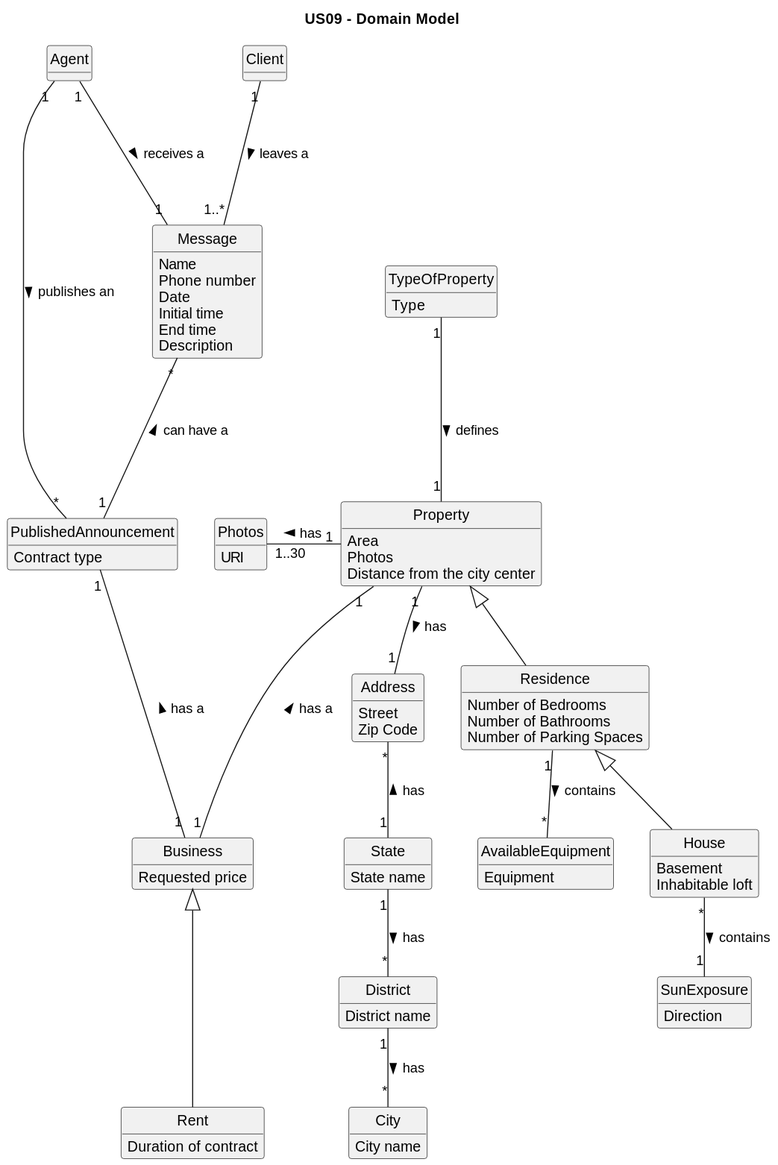
The PlantUML diagram docs/sprintD/US09/02.analysis/svg/us09-domain-model.svg in PureNimble/ISEP-LAPR2, before a commit.
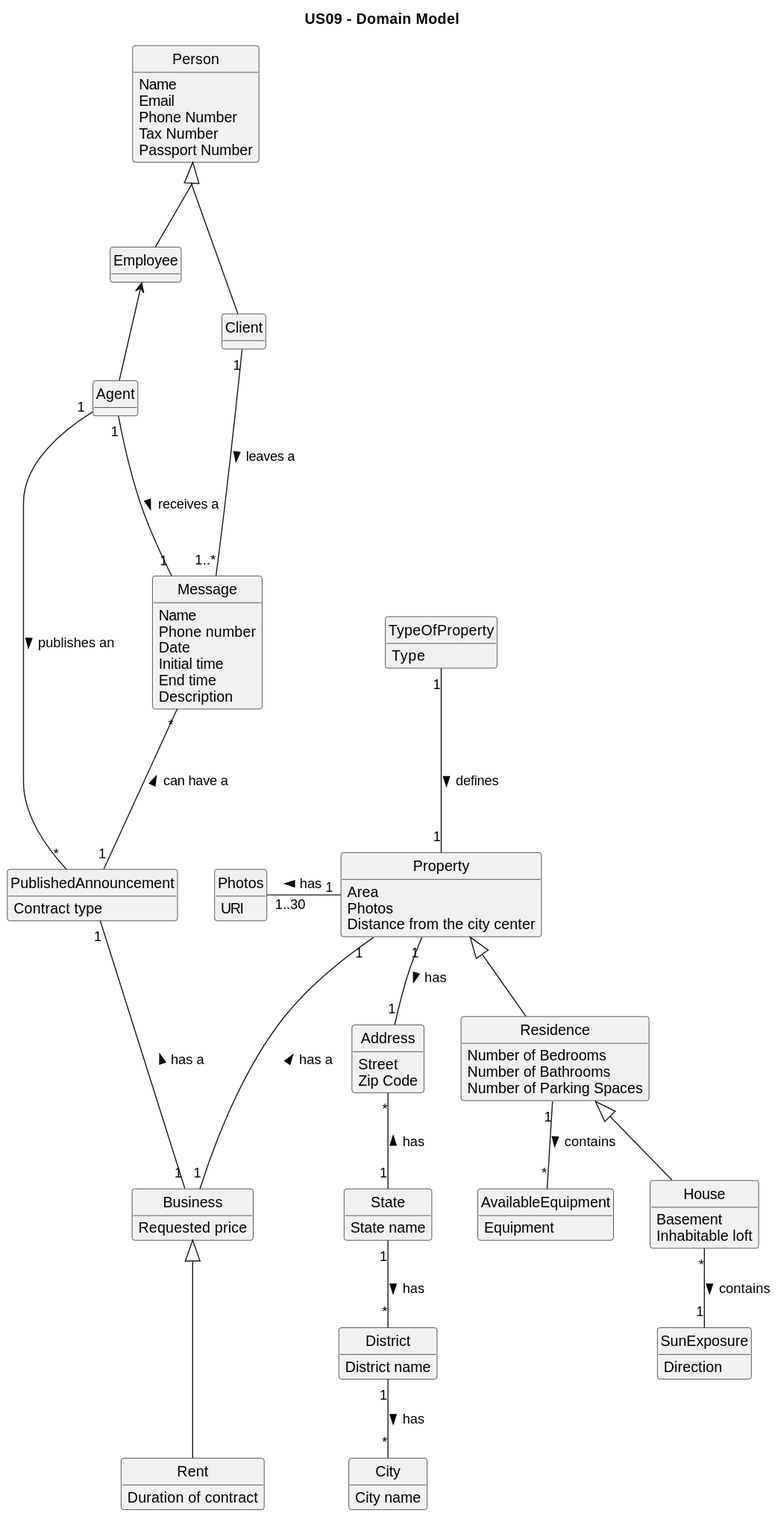
After the commit.

What changed in the source:
```diff
@@ -12,6 +12,17 @@
 class Address {
     Street
     Zip Code
+}
+
+class Person{
+Name
+Email
+Phone Number
+Tax Number
+Passport Number
+}
+
+class Employee{
 }
 
 class City {
@@ -113,4 +124,8 @@
 Client "1" --- "1..*" Message: leaves a >
 Agent "1" --- "1" Message: receives a >
 Agent "1" --- "*" PublishedAnnouncement: publishes an >
+
+Person <|-- Employee
+Employee <-- Agent
+Person <|-- Client
 @enduml
```
